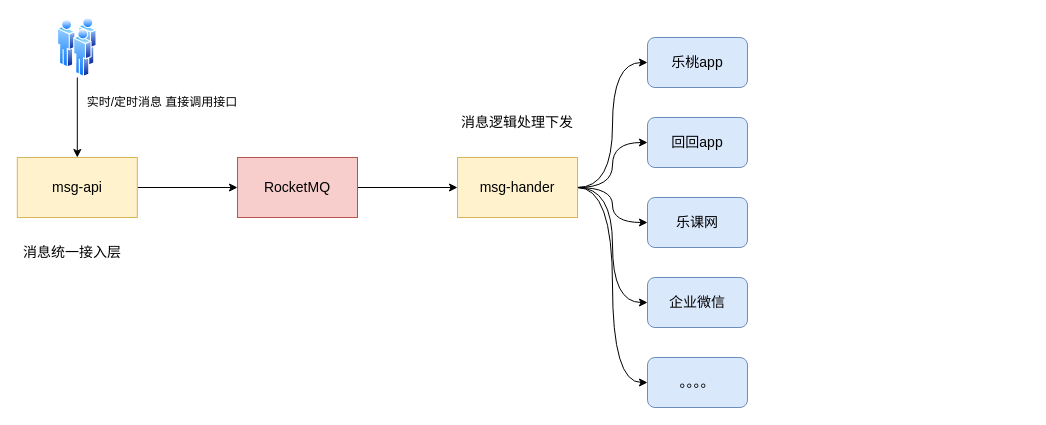
Above: 中台/未命名绘图.drawio in gudujiujian11/diagram (draw.io), before the change. Source tidied: cells renumbered, new cells numbered last; positions are measured from the earlier drawing's top-left corner, leaving out a move shared by most shapes. Both pictures are drawn from the tidied source at 100%, with x=0, y=0 at pixel (17, 17).
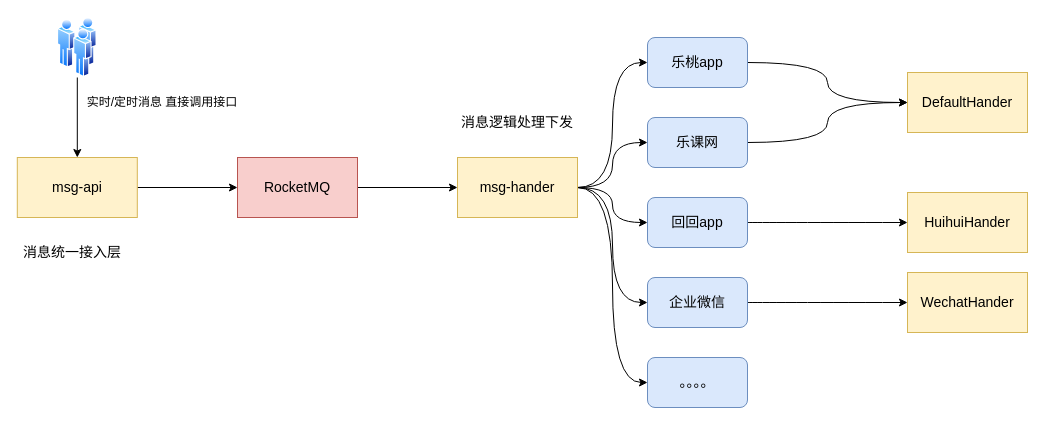
After the change.

Commit message:
更新未命名绘图.drawio

The change refers to these unchanged cells:
```xml
<mxCell id="17" value="乐桃app" style="rounded=1;whiteSpace=wrap;html=1;fontSize=14;fillColor=#dae8fc;strokeColor=#6c8ebf;" parent="1" vertex="1">
  <mxGeometry x="630" y="20" width="100" height="50" as="geometry" />
</mxCell>
<mxCell id="20" value="企业微信" style="rounded=1;whiteSpace=wrap;html=1;fontSize=14;fillColor=#dae8fc;strokeColor=#6c8ebf;" parent="1" vertex="1">
  <mxGeometry x="630" y="260" width="100" height="50" as="geometry" />
</mxCell>
```

Diff of the diagram source:
```diff
@@
+    <mxCell id="22" style="edgeStyle=orthogonalEdgeStyle;curved=1;rounded=0;jettySize=auto;html=1;entryX=0;entryY=0.5;entryDx=0;entryDy=0;fontSize=14;" parent="1" edge="1" source="17" target="26">
+      <mxGeometry relative="1" as="geometry" />
+    </mxCell>
@@
+    <mxCell id="23" style="edgeStyle=orthogonalEdgeStyle;curved=1;rounded=0;jettySize=auto;html=1;entryX=0;entryY=0.5;entryDx=0;entryDy=0;fontSize=14;" parent="1" edge="1" source="18" target="28">
+      <mxGeometry relative="1" as="geometry" />
+    </mxCell>
     <mxCell id="18" value="回回app" style="rounded=1;whiteSpace=wrap;html=1;fontSize=14;fillColor=#dae8fc;strokeColor=#6c8ebf;" parent="1" vertex="1">
-      <mxGeometry x="630" y="100" width="100" height="50" as="geometry" />
+      <mxGeometry x="630" y="180" width="100" height="50" as="geometry" />
     </mxCell>
+    <mxCell id="24" style="edgeStyle=orthogonalEdgeStyle;curved=1;rounded=0;jettySize=auto;html=1;fontSize=14;" parent="1" edge="1" source="19" target="26">
+      <mxGeometry relative="1" as="geometry" />
+    </mxCell>
     <mxCell id="19" value="乐课网" style="rounded=1;whiteSpace=wrap;html=1;fontSize=14;fillColor=#dae8fc;strokeColor=#6c8ebf;" parent="1" vertex="1">
-      <mxGeometry x="630" y="180" width="100" height="50" as="geometry" />
+      <mxGeometry x="630" y="100" width="100" height="50" as="geometry" />
     </mxCell>
+    <mxCell id="25" style="edgeStyle=orthogonalEdgeStyle;curved=1;rounded=0;jettySize=auto;html=1;fontSize=14;" parent="1" edge="1" source="20" target="27">
+      <mxGeometry relative="1" as="geometry" />
+    </mxCell>
@@
+    <mxCell id="26" value="&lt;font style=&quot;font-size: 14px;&quot;&gt;DefaultHander&lt;br&gt;&lt;/font&gt;" style="rounded=0;whiteSpace=wrap;html=1;fillColor=#fff2cc;strokeColor=#d6b656;" parent="1" vertex="1">
+      <mxGeometry x="890" y="55" width="120" height="60" as="geometry" />
+    </mxCell>
+    <mxCell id="27" value="&lt;font style=&quot;font-size: 14px;&quot;&gt;WechatHander&lt;br&gt;&lt;/font&gt;" style="rounded=0;whiteSpace=wrap;html=1;fillColor=#fff2cc;strokeColor=#d6b656;" parent="1" vertex="1">
+      <mxGeometry x="890" y="255" width="120" height="60" as="geometry" />
+    </mxCell>
+    <mxCell id="28" value="&lt;font style=&quot;font-size: 14px;&quot;&gt;HuihuiHander&lt;br&gt;&lt;/font&gt;" style="rounded=0;whiteSpace=wrap;html=1;fillColor=#fff2cc;strokeColor=#d6b656;" parent="1" vertex="1">
+      <mxGeometry x="890" y="175" width="120" height="60" as="geometry" />
+    </mxCell>
```
